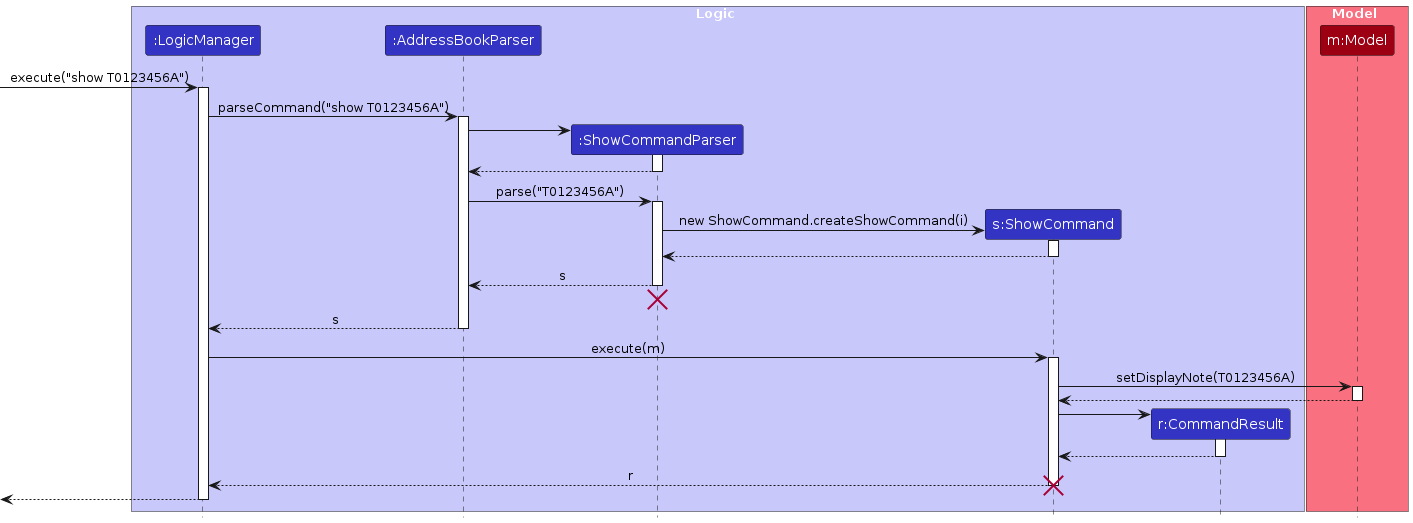
This is diagrams/ShowSequenceDiagram.png from AY2324S2-CS2103T-F14-2/tp, a PlantUML export, as it was before one commit. Its source is kept beside it as diagrams/ShowSequenceDiagram.puml. Source of this version:
```plantuml
@startuml
!include style.puml
skinparam ArrowFontStyle plain

box Logic LOGIC_COLOR_T1
participant ":LogicManager" as LogicManager LOGIC_COLOR
participant ":AddressBookParser" as AddressBookParser LOGIC_COLOR
participant ":ShowCommandParser" as ShowCommandParser LOGIC_COLOR
participant "s:ShowCommand" as ShowCommand LOGIC_COLOR
participant "r:CommandResult" as CommandResult LOGIC_COLOR
end box

box Model MODEL_COLOR_T1
participant "m:Model" as Model MODEL_COLOR
end box

[-> LogicManager : execute("show T0123456A")
activate LogicManager

LogicManager -> AddressBookParser : parseCommand("show T0123456A")
activate AddressBookParser

create ShowCommandParser
AddressBookParser -> ShowCommandParser
activate ShowCommandParser

ShowCommandParser --> AddressBookParser
deactivate ShowCommandParser

AddressBookParser -> ShowCommandParser : parse("T0123456A")
activate ShowCommandParser

create ShowCommand
ShowCommandParser -> ShowCommand : new ShowCommand.createShowCommand(i)
activate ShowCommand

ShowCommand --> ShowCommandParser :
deactivate ShowCommand

ShowCommandParser --> AddressBookParser : s
deactivate ShowCommandParser
ShowCommandParser -[hidden]-> AddressBookParser
destroy ShowCommandParser

AddressBookParser --> LogicManager : s
deactivate AddressBookParser

LogicManager -> ShowCommand : execute(m)
activate ShowCommand

ShowCommand -> Model : setDisplayNote(T0123456A)
activate Model

Model --> ShowCommand
deactivate Model

create CommandResult
ShowCommand -> CommandResult
activate CommandResult

CommandResult --> ShowCommand
deactivate CommandResult

ShowCommand --> LogicManager : r
deactivate ShowCommand
destroy ShowCommand

[<--LogicManager
deactivate LogicManager
@enduml
```
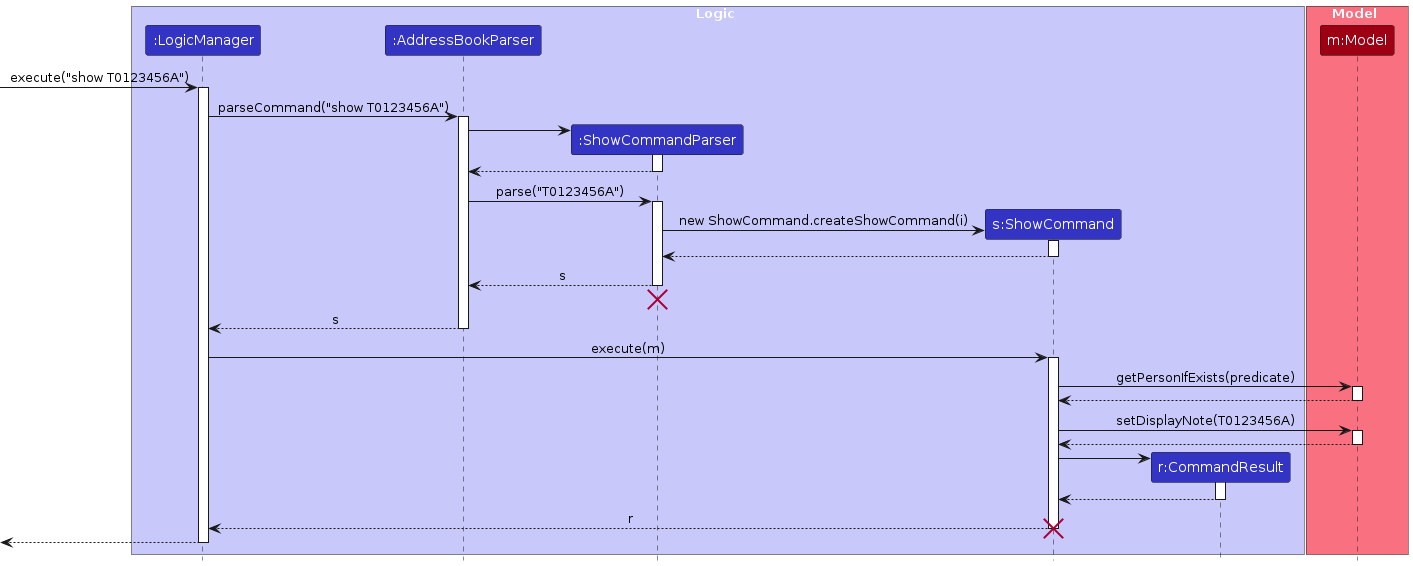
Later version of the same file.

Change to the diagram source:
```diff
@@ -48,6 +48,12 @@
 LogicManager -> ShowCommand : execute(m)
 activate ShowCommand
 
+ShowCommand -> Model : getPersonIfExists(predicate)
+activate Model
+
+Model --> ShowCommand
+deactivate Model
+
 ShowCommand -> Model : setDisplayNote(T0123456A)
 activate Model
 
```
